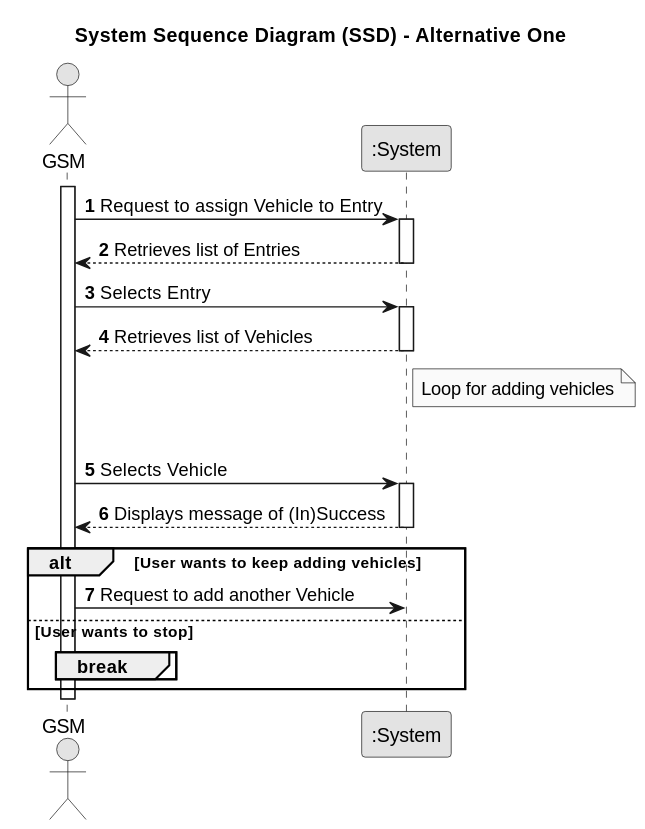
Earlier version of the PlantUML export docs/SprintC/us26/01.requirements-engineering/svg/us26-system-sequence-diagram-alternative-one-System_Sequence_Diagram__SSD____Alternative_One.svg (Departamento-de-Engenharia-Informatica/lei-24-s2-1df-1de-g063).
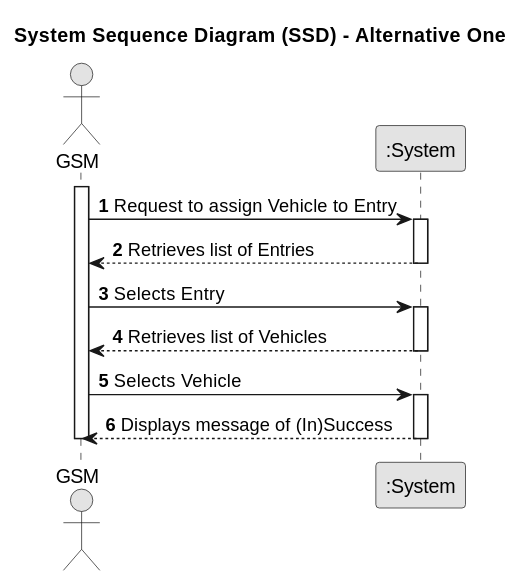
The same diagram one commit later.

Diff of the diagram source:
```diff
@@ -19,19 +19,9 @@
     activate System
         System --> GSM : Retrieves list of Vehicles
     deactivate System
-
-    note right of System : Loop for adding vehicles
-
-    loop Adding Vehicles
-        GSM -> System : Selects Vehicle
-        activate System
-            System --> GSM : Displays message of (In)Success
-        deactivate System
-        alt User wants to keep adding vehicles
-            GSM -> System : Request to add another Vehicle
-        else User wants to stop
-            break
-        end
-    end
+    GSM -> System : Selects Vehicle
+    activate System
+        System --> GSM : Displays message of (In)Success
+    deactivate System
 deactivate GSM
 @enduml
```
